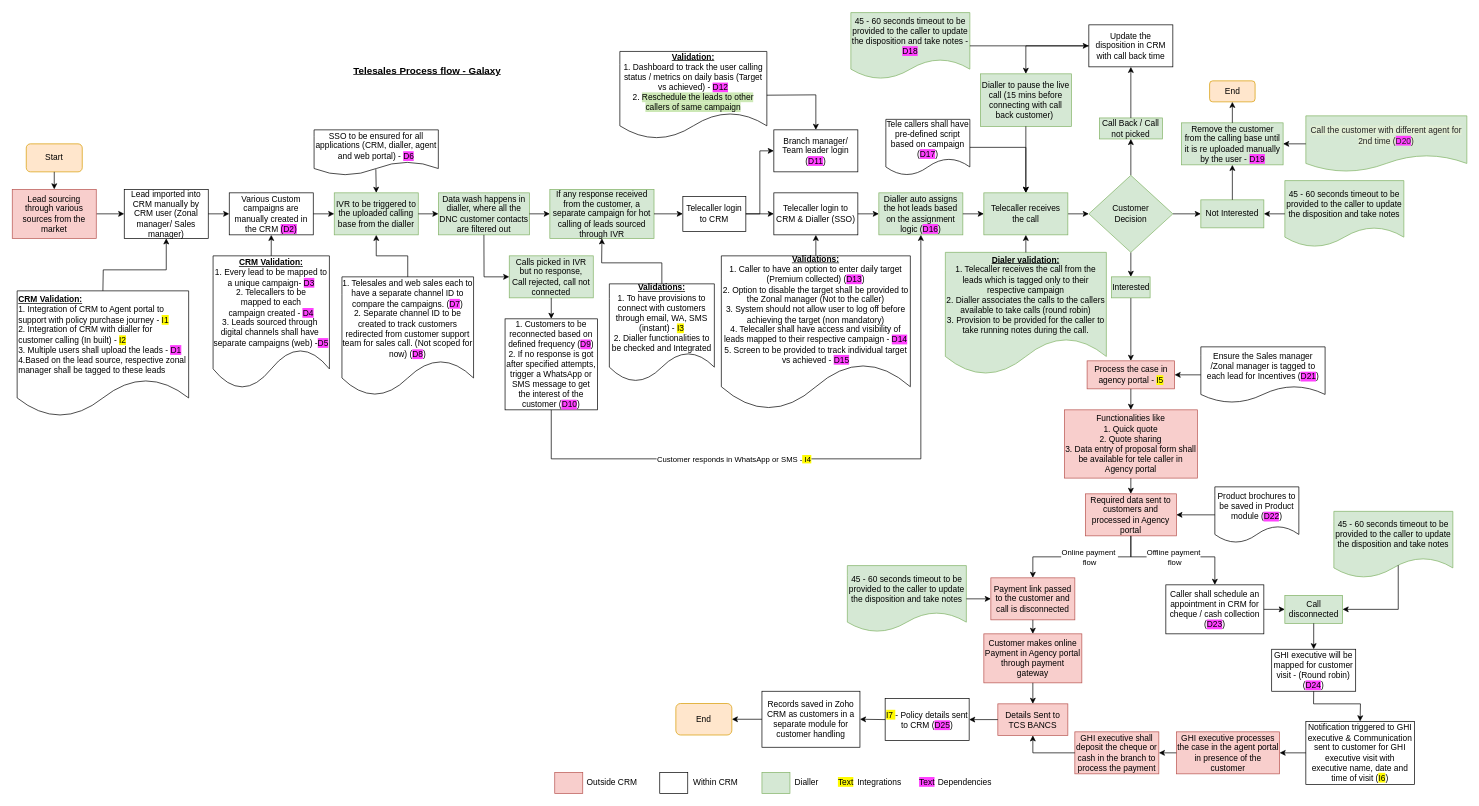
Before: TeleSales.drawio in shaileshsreedar/Galaxy, a draw.io diagram. Source tidied: cells renumbered, new cells numbered last; positions are measured from the earlier drawing's top-left corner, leaving out a move shared by most shapes. Both pictures are drawn from the tidied source at 70%, with x=0, y=0 at pixel (12, 12).
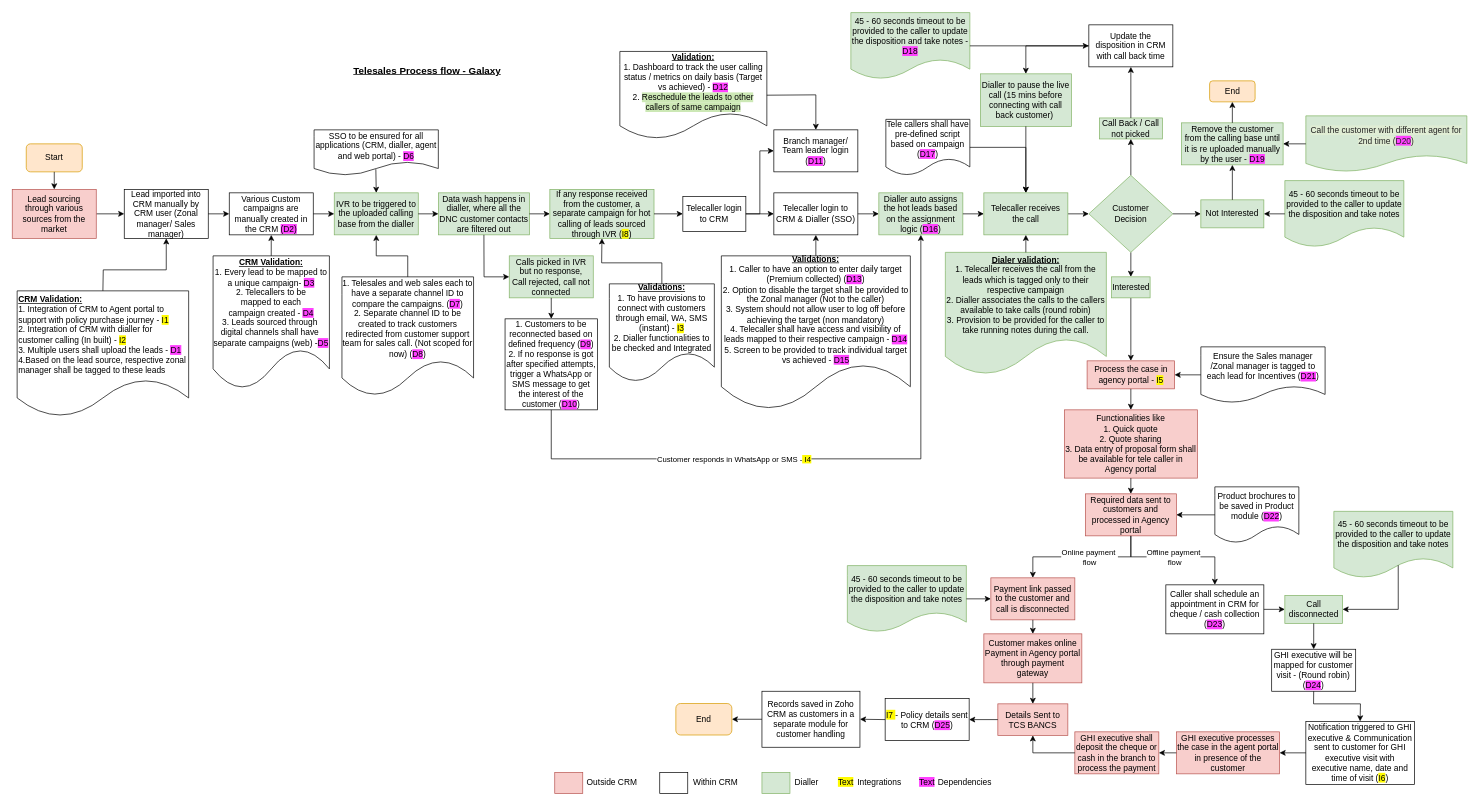
After the change.

Diff of the diagram source:
```diff
@@
-    <mxCell id="32" value="If any response received from the customer, a separate campaign for hot calling of leads sourced through IVR" style="rounded=0;whiteSpace=wrap;html=1;fillColor=#d5e8d4;strokeColor=#82b366;" parent="1" vertex="1">
+    <mxCell id="32" value="If any response received from the customer, a separate campaign for hot calling of leads sourced through IVR (&lt;span style=&quot;background-color: rgb(255, 251, 0);&quot;&gt;I8&lt;/span&gt;)" style="rounded=0;whiteSpace=wrap;html=1;fillColor=#d5e8d4;strokeColor=#82b366;" parent="1" vertex="1">
       <mxGeometry x="768" y="253" width="148.8" height="70" as="geometry" />
     </mxCell>
```
